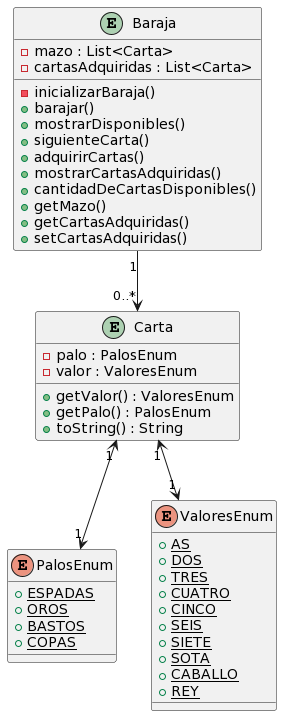
r0minaflorencia/Egg-Argentina-Programa-4.0 keeps this PlantUML diagram as BackEnd_2/10- Relaciones entre clases/03-cartas_espaniolas/juego_de_cartas/src/main/java/com/app/uml/juego_de_cartas.png. Above is the earlier version. Its diagram source:
```plantuml
@startuml
entity Carta {
    - palo : PalosEnum
    - valor : ValoresEnum
    + getValor() : ValoresEnum
    + getPalo() : PalosEnum
    + toString() : String
}

entity Baraja {
    - mazo : List<Carta>
    - cartasAdquiridas : List<Carta>
    - inicializarBaraja()
    + barajar()
    + mostrarDisponibles()
    + siguienteCarta()
    + adquirirCartas()
    + mostrarCartasAdquiridas()
    + cantidadDeCartasDisponibles()
    + getMazo()
    + getCartasAdquiridas()
    + setCartasAdquiridas()
}

enum PalosEnum {
    +  {static} ESPADAS
    +  {static} OROS
    +  {static} BASTOS
    +  {static} COPAS
}

enum ValoresEnum {
    +  {static} AS
    +  {static} DOS
    +  {static} TRES
    +  {static} CUATRO
    +  {static} CINCO
    +  {static} SEIS
    +  {static} SIETE
    +  {static} SOTA
    +  {static} CABALLO
    +  {static} REY
}

Carta "1" <--> "1" PalosEnum
Carta "1" <--> "1" ValoresEnum
Baraja "1" --> "0..*" Carta
@enduml
```
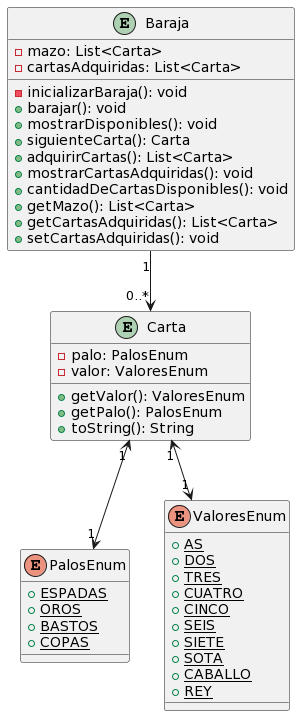
After the change.

Commit message:
update class diagram

Diff of the diagram source:
```diff
@@ -1,25 +1,25 @@
 @startuml
 entity Carta {
-    - palo : PalosEnum
-    - valor : ValoresEnum
-    + getValor() : ValoresEnum
-    + getPalo() : PalosEnum
-    + toString() : String
+    - palo: PalosEnum
+    - valor: ValoresEnum
+    + getValor(): ValoresEnum
+    + getPalo(): PalosEnum
+    + toString(): String
 }
 
 entity Baraja {
-    - mazo : List<Carta>
-    - cartasAdquiridas : List<Carta>
-    - inicializarBaraja()
-    + barajar()
-    + mostrarDisponibles()
-    + siguienteCarta()
-    + adquirirCartas()
-    + mostrarCartasAdquiridas()
-    + cantidadDeCartasDisponibles()
-    + getMazo()
-    + getCartasAdquiridas()
-    + setCartasAdquiridas()
+    - mazo: List<Carta>
+    - cartasAdquiridas: List<Carta>
+    - inicializarBaraja(): void
+    + barajar(): void
+    + mostrarDisponibles(): void
+    + siguienteCarta(): Carta
+    + adquirirCartas(): List<Carta>
+    + mostrarCartasAdquiridas(): void
+    + cantidadDeCartasDisponibles(): void
+    + getMazo(): List<Carta>
+    + getCartasAdquiridas(): List<Carta>
+    + setCartasAdquiridas(): void
 }
 
 enum PalosEnum {
```
